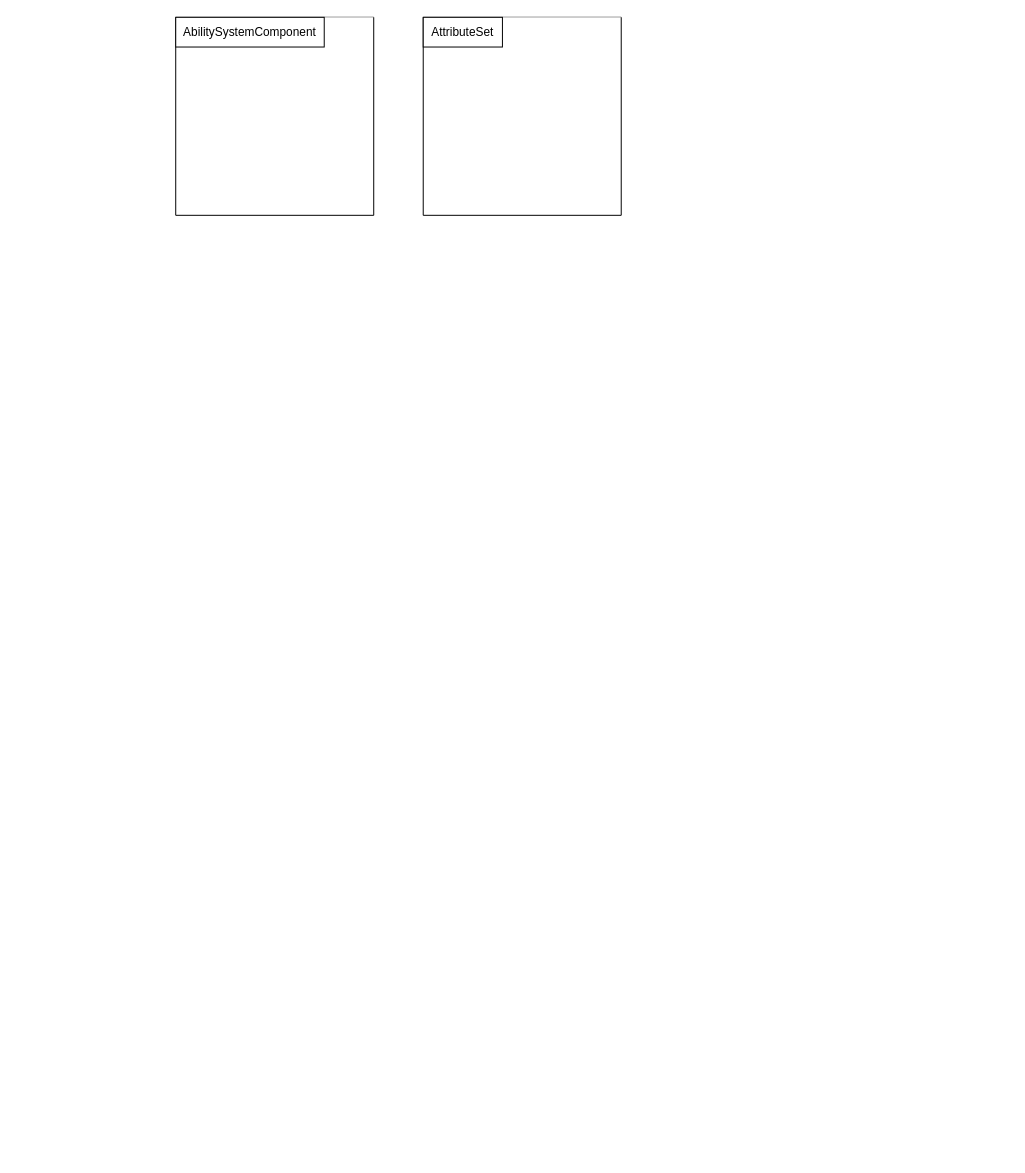
Before: Docs/draw/GAS.drawio in chasmk/RPG_GAS, a draw.io diagram. Source tidied: cells renumbered, new cells numbered last; positions are measured from the earlier drawing's top-left corner, leaving out a move shared by most shapes. Both pictures are drawn from the tidied source at 99%, with x=0, y=0 at pixel (175, 17).
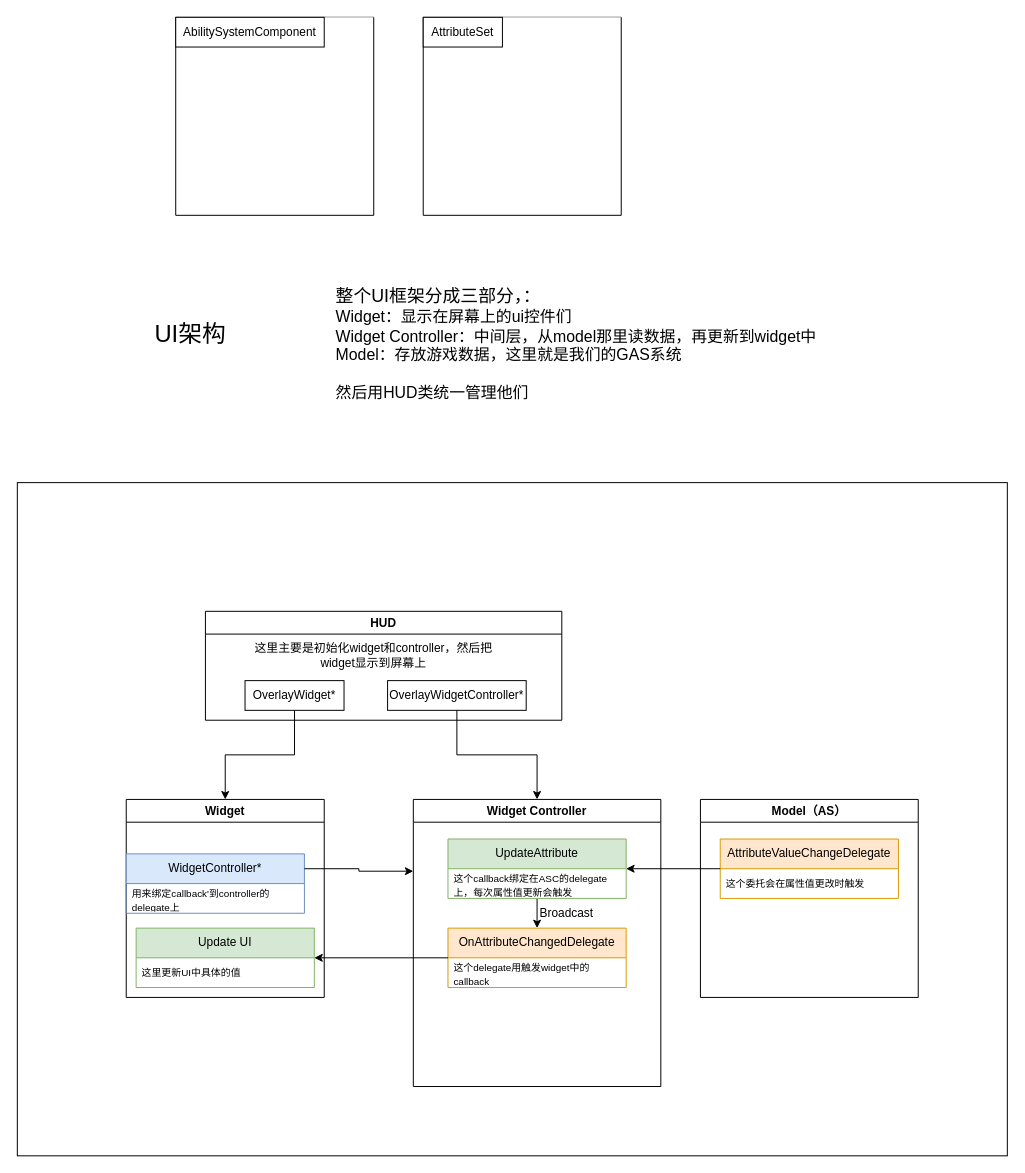
The same diagram, later.

The edit, as a diff of the source:
```diff
@@
+    <mxCell id="6" style="rounded=0;whiteSpace=wrap;html=1;" parent="1" vertex="1">
+      <mxGeometry x="-160" y="470" width="1000" height="680" as="geometry" />
+    </mxCell>
@@
+    <mxCell id="7" value="&lt;font style=&quot;font-size: 24px;&quot;&gt;UI架构&lt;/font&gt;" style="text;html=1;strokeColor=none;fillColor=none;align=center;verticalAlign=middle;whiteSpace=wrap;rounded=0;" parent="1" vertex="1">
+      <mxGeometry x="-30" y="300" width="90" height="40" as="geometry" />
+    </mxCell>
+    <mxCell id="8" value="Widget" style="swimlane;whiteSpace=wrap;html=1;swimlaneFillColor=default;" parent="1" vertex="1">
+      <mxGeometry x="-50" y="790" width="200" height="200" as="geometry" />
+    </mxCell>
+    <mxCell id="9" value="Update UI" style="swimlane;fontStyle=0;horizontal=1;startSize=30;whiteSpace=wrap;html=1;fillColor=#d5e8d4;strokeColor=#82b366;" parent="8" vertex="1">
+      <mxGeometry x="10" y="130" width="180" height="60" as="geometry" />
+    </mxCell>
+    <mxCell id="10" value="&lt;span style=&quot;font-size: 10px;&quot;&gt;这里更新UI中具体的值&lt;/span&gt;" style="text;strokeColor=none;fillColor=none;align=left;verticalAlign=middle;spacingLeft=4;spacingRight=4;overflow=hidden;whiteSpace=wrap;html=1;" parent="9" vertex="1">
+      <mxGeometry y="30" width="180" height="30" as="geometry" />
+    </mxCell>
+    <mxCell id="11" value="WidgetController*" style="swimlane;fontStyle=0;horizontal=1;startSize=30;whiteSpace=wrap;html=1;fillColor=#dae8fc;strokeColor=#6c8ebf;" parent="8" vertex="1">
+      <mxGeometry y="55" width="180" height="60" as="geometry" />
+    </mxCell>
+    <mxCell id="12" value="&lt;span style=&quot;font-size: 10px;&quot;&gt;用来绑定callback'到controller的delegate上&lt;/span&gt;" style="text;strokeColor=none;fillColor=none;align=left;verticalAlign=middle;spacingLeft=4;spacingRight=4;overflow=hidden;whiteSpace=wrap;html=1;" parent="11" vertex="1">
+      <mxGeometry y="30" width="180" height="30" as="geometry" />
+    </mxCell>
+    <mxCell id="13" value="Widget Controller" style="swimlane;whiteSpace=wrap;html=1;swimlaneFillColor=default;" parent="1" vertex="1">
+      <mxGeometry x="240" y="790" width="250" height="290" as="geometry" />
+    </mxCell>
+    <mxCell id="14" style="edgeStyle=orthogonalEdgeStyle;rounded=0;jettySize=auto;html=1;exitX=0.5;exitY=1;exitDx=0;exitDy=0;entryX=0.5;entryY=0;entryDx=0;entryDy=0;" parent="13" edge="1" source="15" target="17">
+      <mxGeometry relative="1" as="geometry" />
+    </mxCell>
+    <mxCell id="15" value="UpdateAttribute" style="swimlane;fontStyle=0;horizontal=1;startSize=30;whiteSpace=wrap;html=1;fillColor=#d5e8d4;strokeColor=#82b366;" parent="13" vertex="1">
+      <mxGeometry x="35" y="40" width="180" height="60" as="geometry" />
+    </mxCell>
+    <mxCell id="16" value="&lt;font style=&quot;font-size: 10px;&quot;&gt;这个callback绑定在ASC的delegate上，每次属性值更新会触发&lt;/font&gt;" style="text;strokeColor=none;fillColor=none;align=left;verticalAlign=middle;spacingLeft=4;spacingRight=4;overflow=hidden;whiteSpace=wrap;html=1;" parent="15" vertex="1">
+      <mxGeometry y="30" width="180" height="30" as="geometry" />
+    </mxCell>
+    <mxCell id="17" value="OnAttributeChangedDelegate" style="swimlane;fontStyle=0;horizontal=1;startSize=30;whiteSpace=wrap;html=1;fillColor=#ffe6cc;strokeColor=#d79b00;" parent="13" vertex="1">
+      <mxGeometry x="35" y="130" width="180" height="60" as="geometry" />
+    </mxCell>
+    <mxCell id="18" value="&lt;span style=&quot;font-size: 10px;&quot;&gt;这个delegate用触发widget中的callback&lt;/span&gt;" style="text;strokeColor=none;fillColor=none;align=left;verticalAlign=middle;spacingLeft=4;spacingRight=4;overflow=hidden;whiteSpace=wrap;html=1;" parent="17" vertex="1">
+      <mxGeometry y="30" width="180" height="30" as="geometry" />
+    </mxCell>
+    <mxCell id="19" value="Broadcast" style="text;html=1;strokeColor=none;fillColor=none;align=center;verticalAlign=middle;whiteSpace=wrap;rounded=0;" parent="13" vertex="1">
+      <mxGeometry x="130" y="110" width="50" height="10" as="geometry" />
+    </mxCell>
+    <mxCell id="20" value="Model（AS）" style="swimlane;whiteSpace=wrap;html=1;swimlaneFillColor=default;" parent="1" vertex="1">
+      <mxGeometry x="530" y="790" width="220" height="200" as="geometry" />
+    </mxCell>
+    <mxCell id="21" value="AttributeValueChangeDelegate" style="swimlane;fontStyle=0;horizontal=1;startSize=30;whiteSpace=wrap;html=1;fillColor=#ffe6cc;strokeColor=#d79b00;swimlaneFillColor=default;" parent="20" vertex="1">
+      <mxGeometry x="20" y="40" width="180" height="60" as="geometry" />
+    </mxCell>
+    <mxCell id="22" value="&lt;font style=&quot;font-size: 10px;&quot;&gt;这个委托会在属性值更改时触发&lt;/font&gt;" style="text;strokeColor=none;fillColor=none;align=left;verticalAlign=middle;spacingLeft=4;spacingRight=4;overflow=hidden;whiteSpace=wrap;html=1;" parent="21" vertex="1">
+      <mxGeometry y="30" width="180" height="30" as="geometry" />
+    </mxCell>
+    <mxCell id="23" value="&lt;div style=&quot;&quot;&gt;&lt;span style=&quot;background-color: initial;&quot;&gt;&lt;font style=&quot;font-size: 18px;&quot;&gt;整个UI框架分成三部分，：&lt;/font&gt;&lt;/span&gt;&lt;/div&gt;&lt;div style=&quot;&quot;&gt;&lt;span style=&quot;background-color: initial;&quot;&gt;&lt;font size=&quot;3&quot;&gt;Widget：显示在屏幕上的ui控件们&lt;/font&gt;&lt;/span&gt;&lt;/div&gt;&lt;div style=&quot;&quot;&gt;&lt;span style=&quot;background-color: initial;&quot;&gt;&lt;font size=&quot;3&quot;&gt;Widget Controller：中间层，从model那里读数据，再更新到widget中&lt;/font&gt;&lt;/span&gt;&lt;/div&gt;&lt;div style=&quot;&quot;&gt;&lt;span style=&quot;background-color: initial;&quot;&gt;&lt;font size=&quot;3&quot;&gt;Model：存放游戏数据，这里就是我们的GAS系统&lt;/font&gt;&lt;/span&gt;&lt;/div&gt;&lt;div style=&quot;&quot;&gt;&lt;span style=&quot;background-color: initial;&quot;&gt;&lt;font size=&quot;3&quot;&gt;&lt;br&gt;&lt;/font&gt;&lt;/span&gt;&lt;/div&gt;&lt;div style=&quot;&quot;&gt;&lt;span style=&quot;background-color: initial;&quot;&gt;&lt;font size=&quot;3&quot;&gt;然后用HUD类统一管理他们&lt;/font&gt;&lt;/span&gt;&lt;/div&gt;" style="text;html=1;strokeColor=none;fillColor=none;align=left;verticalAlign=middle;whiteSpace=wrap;rounded=0;" parent="1" vertex="1">
+      <mxGeometry x="160" y="270" width="560" height="120" as="geometry" />
+    </mxCell>
+    <mxCell id="24" value="HUD" style="swimlane;whiteSpace=wrap;html=1;swimlaneFillColor=default;" parent="1" vertex="1">
+      <mxGeometry x="30" y="600" width="360" height="110" as="geometry" />
+    </mxCell>
+    <mxCell id="25" value="OverlayWidget*" style="rounded=0;whiteSpace=wrap;html=1;" parent="24" vertex="1">
+      <mxGeometry x="40" y="70" width="100" height="30" as="geometry" />
+    </mxCell>
+    <mxCell id="26" value="OverlayWidgetController*" style="rounded=0;whiteSpace=wrap;html=1;" parent="24" vertex="1">
+      <mxGeometry x="184" y="70" width="140" height="30" as="geometry" />
+    </mxCell>
+    <mxCell id="27" value="这里主要是初始化widget和controller，然后把widget显示到屏幕上" style="text;html=1;strokeColor=none;fillColor=none;align=center;verticalAlign=middle;whiteSpace=wrap;rounded=0;" parent="24" vertex="1">
+      <mxGeometry x="40" y="30" width="260" height="30" as="geometry" />
+    </mxCell>
+    <mxCell id="28" style="edgeStyle=orthogonalEdgeStyle;rounded=0;jettySize=auto;html=1;exitX=0.5;exitY=1;exitDx=0;exitDy=0;entryX=0.5;entryY=0;entryDx=0;entryDy=0;" parent="1" edge="1" source="25" target="8">
+      <mxGeometry relative="1" as="geometry" />
+    </mxCell>
+    <mxCell id="29" style="edgeStyle=orthogonalEdgeStyle;rounded=0;jettySize=auto;html=1;exitX=0.5;exitY=1;exitDx=0;exitDy=0;entryX=0.5;entryY=0;entryDx=0;entryDy=0;" parent="1" edge="1" source="26" target="13">
+      <mxGeometry relative="1" as="geometry" />
+    </mxCell>
+    <mxCell id="30" style="edgeStyle=orthogonalEdgeStyle;rounded=0;jettySize=auto;html=1;exitX=1;exitY=0.25;exitDx=0;exitDy=0;entryX=0;entryY=0.25;entryDx=0;entryDy=0;" parent="1" edge="1" source="11" target="13">
+      <mxGeometry relative="1" as="geometry" />
+    </mxCell>
+    <mxCell id="31" style="edgeStyle=orthogonalEdgeStyle;rounded=0;jettySize=auto;html=1;exitX=0;exitY=0.5;exitDx=0;exitDy=0;entryX=1;entryY=0.5;entryDx=0;entryDy=0;" parent="1" edge="1" source="21" target="15">
+      <mxGeometry relative="1" as="geometry" />
+    </mxCell>
+    <mxCell id="32" style="edgeStyle=orthogonalEdgeStyle;rounded=0;jettySize=auto;html=1;exitX=0;exitY=0.5;exitDx=0;exitDy=0;entryX=1;entryY=0.5;entryDx=0;entryDy=0;" parent="1" edge="1" source="17" target="9">
+      <mxGeometry relative="1" as="geometry" />
+    </mxCell>
```
